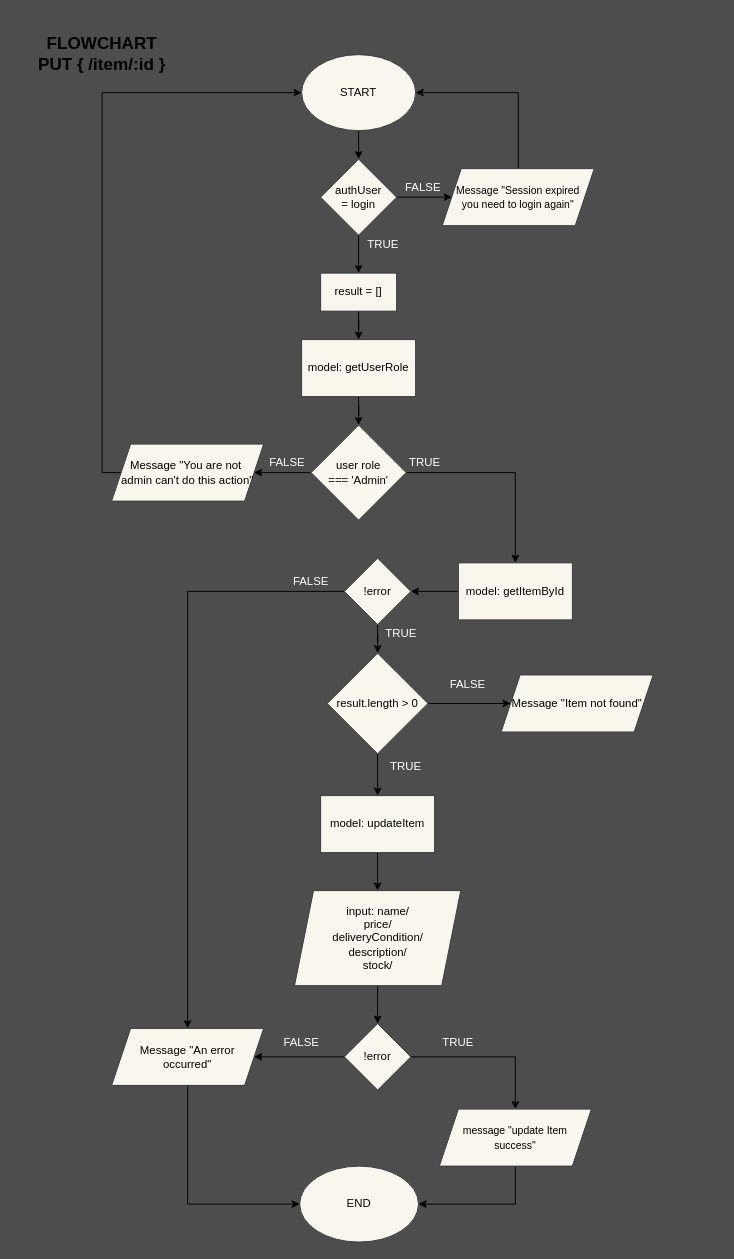
Before: page "PUT item/:id" (3 of 16) of src/flowchart/flowchart #2.drawio in CUPAXX/b22-backend-beginner, a draw.io diagram. Source tidied: cells renumbered, new cells numbered last; positions are measured from the earlier drawing's top-left corner, leaving out a move shared by most shapes. Both pictures are drawn from the tidied source at 95%, with x=0, y=0 at pixel (16, 16).
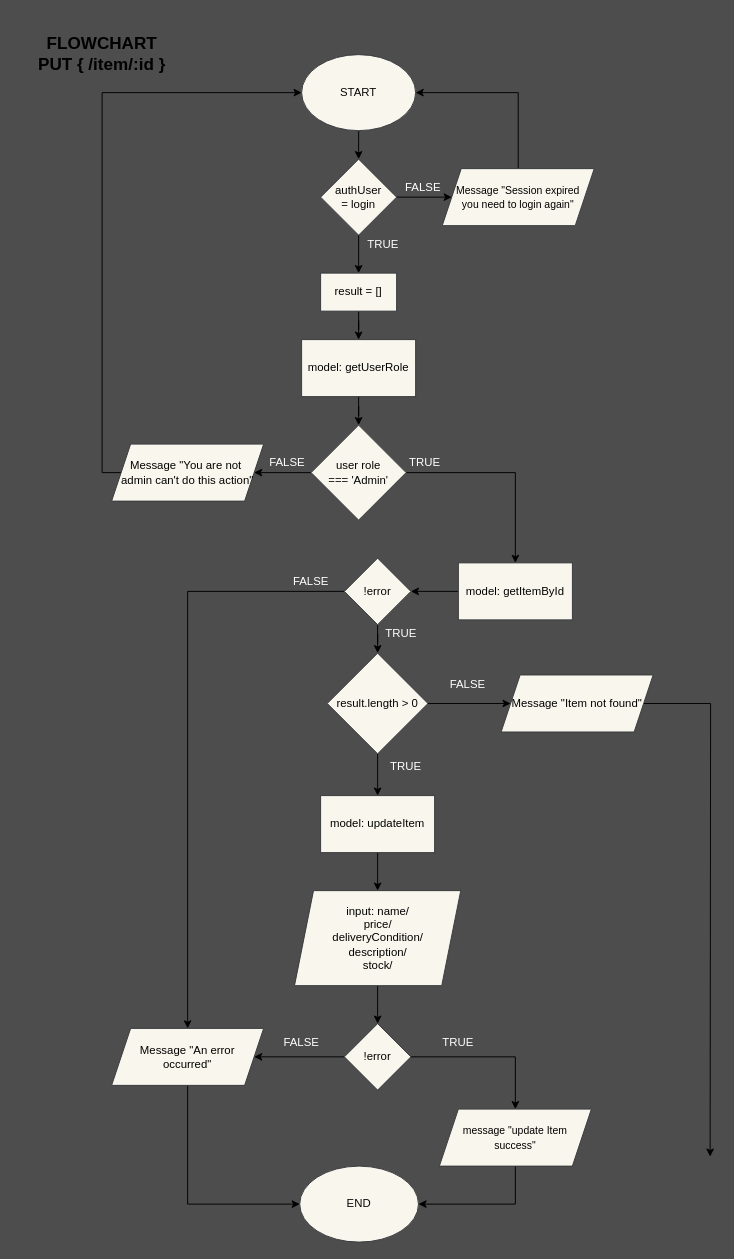
The same diagram, later.

Unchanged cells that the change refers to:
```xml
<mxCell id="43" value="&lt;font style=&quot;font-size: 12px&quot;&gt;Message &quot;Item not found&lt;span&gt;&quot;&lt;/span&gt;&lt;/font&gt;" style="shape=parallelogram;perimeter=parallelogramPerimeter;whiteSpace=wrap;html=1;fixedSize=1;fillColor=#f9f7ed;strokeColor=#36393d;fontColor=#000000;" parent="1" vertex="1">
  <mxGeometry x="510" y="693" width="160" height="60" as="geometry" />
</mxCell>
```

The edit, as a diff of the source:
```diff
@@
+    <mxCell id="50" style="edgeStyle=orthogonalEdgeStyle;rounded=0;jettySize=auto;html=1;exitX=1;exitY=0.5;exitDx=0;exitDy=0;" parent="1" edge="1" source="43">
+      <mxGeometry relative="1" as="geometry">
+        <mxPoint x="730" y="1200" as="targetPoint" />
+      </mxGeometry>
+    </mxCell>
```
